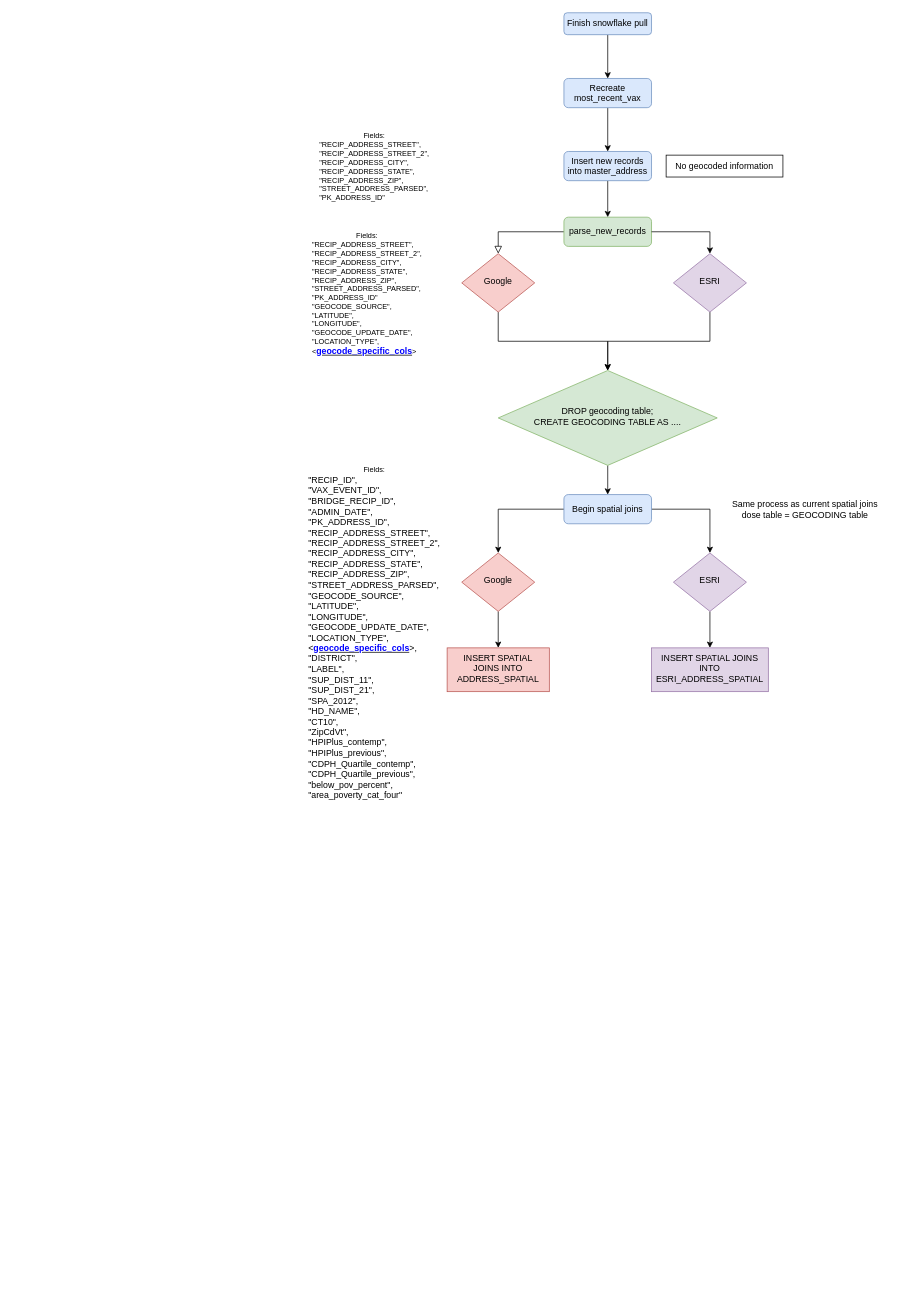
This is new_addy_diagram.drawio from Primordial-Haggis/LA_county_vax_etl_workflow, a draw.io file, before an edit. Source tidied: cells renumbered, new cells numbered last; positions are measured from the earlier drawing's top-left corner, leaving out a move shared by most shapes. Both pictures are drawn from the tidied source at 73%, with x=0, y=0 at pixel (301, 12).
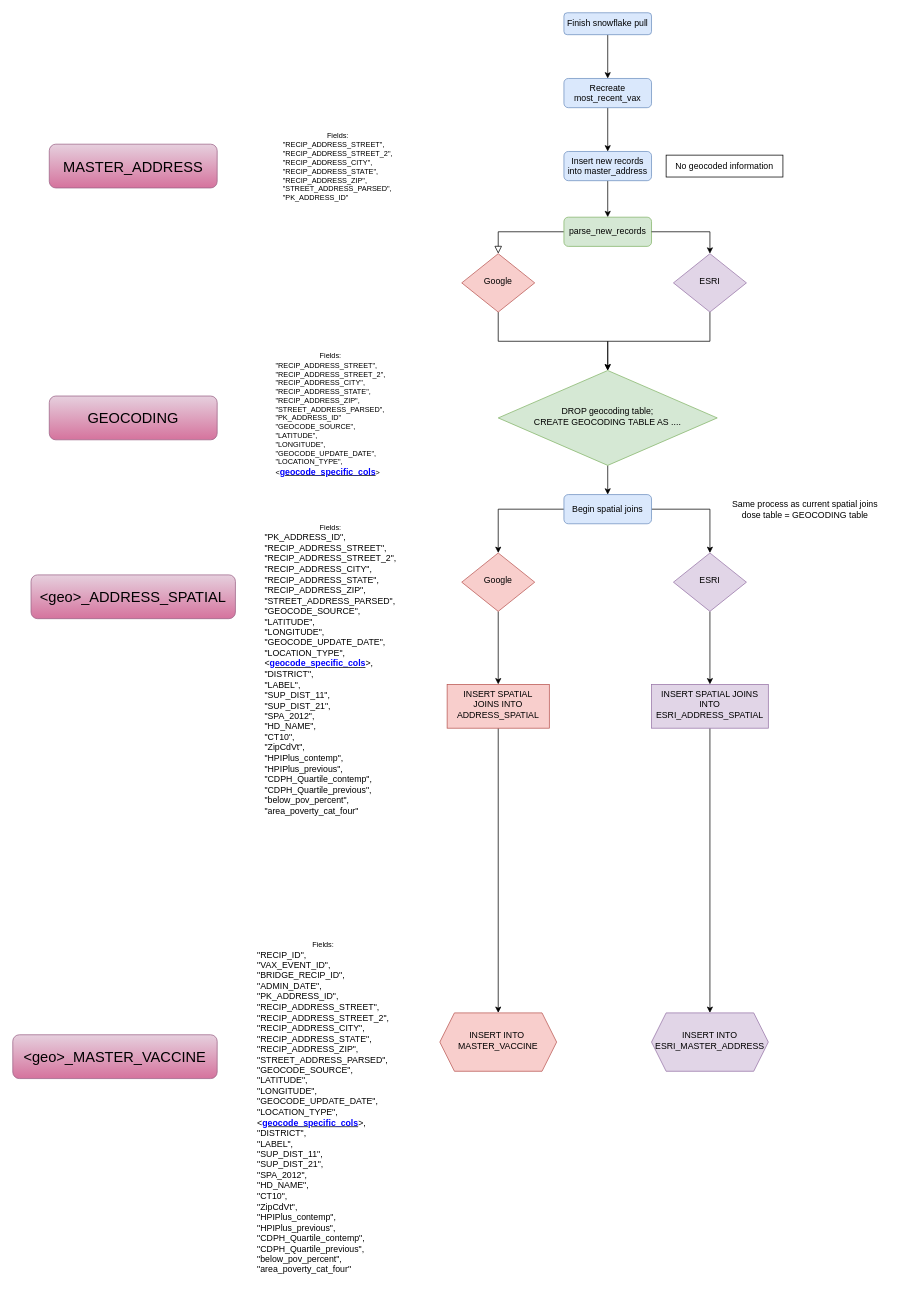
Above is the later version.

Diff of the diagram source:
```diff
@@
     <mxCell id="25" value="&lt;font style=&quot;font-size: 10px;&quot;&gt;Fields:&lt;br&gt;&lt;/font&gt;&lt;div style=&quot;text-align: left; font-size: 10px;&quot;&gt;&lt;font style=&quot;font-size: 10px;&quot;&gt;&quot;RECIP_ADDRESS_STREET&quot;,&lt;/font&gt;&lt;/div&gt;&lt;div style=&quot;text-align: left; font-size: 10px;&quot;&gt;&lt;font style=&quot;font-size: 10px;&quot;&gt;&quot;RECIP_ADDRESS_STREET_2&quot;,&lt;/font&gt;&lt;/div&gt;&lt;div style=&quot;text-align: left; font-size: 10px;&quot;&gt;&lt;font style=&quot;font-size: 10px;&quot;&gt;&quot;RECIP_ADDRESS_CITY&quot;,&lt;/font&gt;&lt;/div&gt;&lt;div style=&quot;text-align: left; font-size: 10px;&quot;&gt;&lt;font style=&quot;font-size: 10px;&quot;&gt;&quot;RECIP_ADDRESS_STATE&quot;,&lt;/font&gt;&lt;/div&gt;&lt;div style=&quot;text-align: left; font-size: 10px;&quot;&gt;&lt;font style=&quot;font-size: 10px;&quot;&gt;&quot;RECIP_ADDRESS_ZIP&quot;,&lt;/font&gt;&lt;/div&gt;&lt;div style=&quot;text-align: left; font-size: 10px;&quot;&gt;&lt;font style=&quot;font-size: 10px;&quot;&gt;&quot;STREET_ADDRESS_PARSED&quot;,&lt;/font&gt;&lt;/div&gt;&lt;div style=&quot;text-align: left; font-size: 10px;&quot;&gt;&lt;font style=&quot;font-size: 10px;&quot;&gt;&quot;PK_ADDRESS_ID&quot;&lt;/font&gt;&lt;/div&gt;" style="text;html=1;align=center;verticalAlign=middle;strokeColor=none;fillColor=none;" parent="1" vertex="1">
-      <mxGeometry x="10" y="155" width="180" height="110" as="geometry" />
+      <mxGeometry x="-40" y="155" width="180" height="110" as="geometry" />
     </mxCell>
     <mxCell id="26" value="&lt;font style=&quot;font-size: 10px;&quot;&gt;Fields:&lt;br&gt;&lt;/font&gt;&lt;div style=&quot;text-align: left; font-size: 10px;&quot;&gt;&lt;font style=&quot;font-size: 10px;&quot;&gt;&quot;RECIP_ADDRESS_STREET&quot;,&lt;/font&gt;&lt;/div&gt;&lt;div style=&quot;text-align: left; font-size: 10px;&quot;&gt;&lt;font style=&quot;font-size: 10px;&quot;&gt;&quot;RECIP_ADDRESS_STREET_2&quot;,&lt;/font&gt;&lt;/div&gt;&lt;div style=&quot;text-align: left; font-size: 10px;&quot;&gt;&lt;font style=&quot;font-size: 10px;&quot;&gt;&quot;RECIP_ADDRESS_CITY&quot;,&lt;/font&gt;&lt;/div&gt;&lt;div style=&quot;text-align: left; font-size: 10px;&quot;&gt;&lt;font style=&quot;font-size: 10px;&quot;&gt;&quot;RECIP_ADDRESS_STATE&quot;,&lt;/font&gt;&lt;/div&gt;&lt;div style=&quot;text-align: left; font-size: 10px;&quot;&gt;&lt;font style=&quot;font-size: 10px;&quot;&gt;&quot;RECIP_ADDRESS_ZIP&quot;,&lt;/font&gt;&lt;/div&gt;&lt;div style=&quot;text-align: left; font-size: 10px;&quot;&gt;&lt;font style=&quot;font-size: 10px;&quot;&gt;&quot;STREET_ADDRESS_PARSED&quot;,&lt;/font&gt;&lt;/div&gt;&lt;div style=&quot;text-align: left; font-size: 10px;&quot;&gt;&lt;font style=&quot;font-size: 10px;&quot;&gt;&quot;PK_ADDRESS_ID&quot;&lt;/font&gt;&lt;/div&gt;&lt;div style=&quot;text-align: left;&quot;&gt;&lt;font style=&quot;&quot;&gt;&lt;div style=&quot;font-size: 10px;&quot;&gt;&quot;GEOCODE_SOURCE&quot;,&lt;/div&gt;&lt;div style=&quot;font-size: 10px;&quot;&gt;&quot;LATITUDE&quot;,&lt;/div&gt;&lt;div style=&quot;font-size: 10px;&quot;&gt;&quot;LONGITUDE&quot;,&lt;/div&gt;&lt;div style=&quot;font-size: 10px;&quot;&gt;&quot;GEOCODE_UPDATE_DATE&quot;,&lt;/div&gt;&lt;div style=&quot;font-size: 10px;&quot;&gt;&quot;LOCATION_TYPE&quot;,&lt;/div&gt;&lt;div style=&quot;&quot;&gt;&lt;span style=&quot;font-size: 10px;&quot;&gt;&amp;lt;&lt;/span&gt;&lt;b style=&quot;&quot;&gt;&lt;u style=&quot;&quot;&gt;&lt;font color=&quot;#0000ff&quot; style=&quot;font-size: 12px;&quot;&gt;geocode_specific_cols&lt;/font&gt;&lt;/u&gt;&lt;/b&gt;&lt;span style=&quot;font-size: 10px;&quot;&gt;&amp;gt;&lt;/span&gt;&lt;/div&gt;&lt;div style=&quot;font-size: 10px;&quot;&gt;&lt;br&gt;&lt;/div&gt;&lt;/font&gt;&lt;/div&gt;" style="text;html=1;align=center;verticalAlign=middle;strokeColor=none;fillColor=none;" parent="1" vertex="1">
-      <mxGeometry y="290" width="180" height="200" as="geometry" />
+      <mxGeometry x="-50" y="455" width="180" height="200" as="geometry" />
     </mxCell>
@@
+    <mxCell id="31" style="edgeStyle=orthogonalEdgeStyle;rounded=0;jettySize=auto;html=1;fontSize=12;fontColor=#0000FF;" parent="1" edge="1" source="28" target="33">
+      <mxGeometry relative="1" as="geometry" />
+    </mxCell>
     <mxCell id="28" value="INSERT SPATIAL JOINS INTO ADDRESS_SPATIAL" style="whiteSpace=wrap;html=1;fillColor=#f8cecc;strokeColor=#b85450;shadow=0;strokeWidth=1;spacing=6;spacingTop=-4;" parent="1" vertex="1">
-      <mxGeometry x="200" y="870" width="140" height="60" as="geometry" />
+      <mxGeometry x="200" y="920" width="140" height="60" as="geometry" />
     </mxCell>
+    <mxCell id="32" style="edgeStyle=orthogonalEdgeStyle;rounded=0;jettySize=auto;html=1;fontSize=12;fontColor=#0000FF;" parent="1" edge="1" source="29" target="34">
+      <mxGeometry relative="1" as="geometry" />
+    </mxCell>
     <mxCell id="29" value="INSERT SPATIAL JOINS INTO ESRI_ADDRESS_SPATIAL" style="whiteSpace=wrap;html=1;fillColor=#e1d5e7;strokeColor=#9673a6;shadow=0;strokeWidth=1;spacing=6;spacingTop=-4;" parent="1" vertex="1">
-      <mxGeometry x="480" y="870" width="160" height="60" as="geometry" />
+      <mxGeometry x="480" y="920" width="160" height="60" as="geometry" />
     </mxCell>
     <mxCell id="30" value="&lt;font style=&quot;font-size: 10px;&quot;&gt;Fields:&lt;br&gt;&lt;/font&gt;&lt;div style=&quot;text-align: left;&quot;&gt;&lt;div&gt;&quot;RECIP_ID&quot;,&lt;/div&gt;&lt;div&gt;&quot;VAX_EVENT_ID&quot;,&lt;/div&gt;&lt;div&gt;&quot;BRIDGE_RECIP_ID&quot;,&lt;/div&gt;&lt;div&gt;&quot;ADMIN_DATE&quot;,&lt;/div&gt;&lt;div&gt;&quot;PK_ADDRESS_ID&quot;,&lt;/div&gt;&lt;div&gt;&quot;RECIP_ADDRESS_STREET&quot;,&lt;/div&gt;&lt;div&gt;&quot;RECIP_ADDRESS_STREET_2&quot;,&lt;/div&gt;&lt;div&gt;&quot;RECIP_ADDRESS_CITY&quot;,&lt;/div&gt;&lt;div&gt;&quot;RECIP_ADDRESS_STATE&quot;,&lt;/div&gt;&lt;div&gt;&quot;RECIP_ADDRESS_ZIP&quot;,&lt;/div&gt;&lt;div&gt;&quot;STREET_ADDRESS_PARSED&quot;,&lt;/div&gt;&lt;div&gt;&quot;GEOCODE_SOURCE&quot;,&lt;/div&gt;&lt;div&gt;&quot;LATITUDE&quot;,&lt;/div&gt;&lt;div&gt;&quot;LONGITUDE&quot;,&lt;/div&gt;&lt;div&gt;&quot;GEOCODE_UPDATE_DATE&quot;,&lt;/div&gt;&lt;div&gt;&quot;LOCATION_TYPE&quot;,&lt;/div&gt;&lt;div&gt;&lt;span style=&quot;background-color: initial;&quot;&gt;&amp;lt;&lt;b&gt;&lt;u style=&quot;&quot;&gt;&lt;font style=&quot;font-size: 12px;&quot; color=&quot;#0000ff&quot;&gt;geocode_specific_cols&lt;/font&gt;&lt;/u&gt;&lt;/b&gt;&amp;gt;&lt;/span&gt;,&lt;/div&gt;&lt;div&gt;&quot;DISTRICT&quot;,&lt;/div&gt;&lt;div&gt;&quot;LABEL&quot;,&lt;/div&gt;&lt;div&gt;&quot;SUP_DIST_11&quot;,&lt;/div&gt;&lt;div&gt;&quot;SUP_DIST_21&quot;,&lt;/div&gt;&lt;div&gt;&quot;SPA_2012&quot;,&lt;/div&gt;&lt;div&gt;&quot;HD_NAME&quot;,&lt;/div&gt;&lt;div&gt;&quot;CT10&quot;,&lt;/div&gt;&lt;div&gt;&quot;ZipCdVt&quot;,&lt;/div&gt;&lt;div&gt;&quot;HPIPlus_contemp&quot;,&lt;/div&gt;&lt;div&gt;&quot;HPIPlus_previous&quot;,&lt;/div&gt;&lt;div&gt;&quot;CDPH_Quartile_contemp&quot;,&lt;/div&gt;&lt;div&gt;&quot;CDPH_Quartile_previous&quot;,&lt;/div&gt;&lt;div&gt;&quot;below_pov_percent&quot;,&lt;/div&gt;&lt;div&gt;&quot;area_poverty_cat_four&quot;&lt;/div&gt;&lt;/div&gt;&lt;div style=&quot;text-align: left; font-size: 10px;&quot;&gt;&lt;font style=&quot;font-size: 10px;&quot;&gt;&lt;div&gt;&lt;br&gt;&lt;/div&gt;&lt;/font&gt;&lt;/div&gt;" style="text;html=1;align=center;verticalAlign=middle;strokeColor=none;fillColor=none;" parent="1" vertex="1">
-      <mxGeometry y="610" width="200" height="490" as="geometry" />
+      <mxGeometry x="-70" y="1260" width="200" height="490" as="geometry" />
     </mxCell>
+    <mxCell id="33" value="INSERT INTO&amp;nbsp;&lt;br&gt;MASTER_VACCINE" style="shape=hexagon;perimeter=hexagonPerimeter2;whiteSpace=wrap;html=1;fixedSize=1;fillColor=#f8cecc;strokeColor=#b85450;shadow=0;strokeWidth=1;spacing=6;spacingTop=-4;" parent="1" vertex="1">
+      <mxGeometry x="190" y="1370" width="160" height="80" as="geometry" />
+    </mxCell>
+    <mxCell id="34" value="INSERT INTO ESRI_MASTER_ADDRESS" style="shape=hexagon;perimeter=hexagonPerimeter2;whiteSpace=wrap;html=1;fixedSize=1;fillColor=#e1d5e7;strokeColor=#9673a6;shadow=0;strokeWidth=1;spacing=6;spacingTop=-4;" parent="1" vertex="1">
+      <mxGeometry x="480" y="1370" width="160" height="80" as="geometry" />
+    </mxCell>
+    <mxCell id="35" value="&lt;font color=&quot;#000000&quot;&gt;MASTER_ADDRESS&lt;/font&gt;" style="rounded=1;whiteSpace=wrap;html=1;fontSize=20;fillColor=#e6d0de;gradientColor=#d5739d;strokeColor=#996185;" parent="1" vertex="1">
+      <mxGeometry x="-345" y="180" width="230" height="60" as="geometry" />
+    </mxCell>
+    <mxCell id="36" value="&lt;font color=&quot;#000000&quot;&gt;GEOCODING&lt;/font&gt;" style="rounded=1;whiteSpace=wrap;html=1;fontSize=20;fillColor=#e6d0de;gradientColor=#d5739d;strokeColor=#996185;" parent="1" vertex="1">
+      <mxGeometry x="-345" y="525" width="230" height="60" as="geometry" />
+    </mxCell>
+    <mxCell id="37" value="&lt;font style=&quot;font-size: 10px;&quot;&gt;Fields:&lt;br&gt;&lt;/font&gt;&lt;div style=&quot;text-align: left;&quot;&gt;&lt;div&gt;&lt;span style=&quot;background-color: initial;&quot;&gt;&quot;PK_ADDRESS_ID&quot;,&lt;/span&gt;&lt;br&gt;&lt;/div&gt;&lt;div&gt;&quot;RECIP_ADDRESS_STREET&quot;,&lt;/div&gt;&lt;div&gt;&quot;RECIP_ADDRESS_STREET_2&quot;,&lt;/div&gt;&lt;div&gt;&quot;RECIP_ADDRESS_CITY&quot;,&lt;/div&gt;&lt;div&gt;&quot;RECIP_ADDRESS_STATE&quot;,&lt;/div&gt;&lt;div&gt;&quot;RECIP_ADDRESS_ZIP&quot;,&lt;/div&gt;&lt;div&gt;&quot;STREET_ADDRESS_PARSED&quot;,&lt;/div&gt;&lt;div&gt;&quot;GEOCODE_SOURCE&quot;,&lt;/div&gt;&lt;div&gt;&quot;LATITUDE&quot;,&lt;/div&gt;&lt;div&gt;&quot;LONGITUDE&quot;,&lt;/div&gt;&lt;div&gt;&quot;GEOCODE_UPDATE_DATE&quot;,&lt;/div&gt;&lt;div&gt;&quot;LOCATION_TYPE&quot;,&lt;/div&gt;&lt;div&gt;&lt;span style=&quot;background-color: initial;&quot;&gt;&amp;lt;&lt;b&gt;&lt;u style=&quot;&quot;&gt;&lt;font style=&quot;font-size: 12px;&quot; color=&quot;#0000ff&quot;&gt;geocode_specific_cols&lt;/font&gt;&lt;/u&gt;&lt;/b&gt;&amp;gt;&lt;/span&gt;,&lt;/div&gt;&lt;div&gt;&quot;DISTRICT&quot;,&lt;/div&gt;&lt;div&gt;&quot;LABEL&quot;,&lt;/div&gt;&lt;div&gt;&quot;SUP_DIST_11&quot;,&lt;/div&gt;&lt;div&gt;&quot;SUP_DIST_21&quot;,&lt;/div&gt;&lt;div&gt;&quot;SPA_2012&quot;,&lt;/div&gt;&lt;div&gt;&quot;HD_NAME&quot;,&lt;/div&gt;&lt;div&gt;&quot;CT10&quot;,&lt;/div&gt;&lt;div&gt;&quot;ZipCdVt&quot;,&lt;/div&gt;&lt;div&gt;&quot;HPIPlus_contemp&quot;,&lt;/div&gt;&lt;div&gt;&quot;HPIPlus_previous&quot;,&lt;/div&gt;&lt;div&gt;&quot;CDPH_Quartile_contemp&quot;,&lt;/div&gt;&lt;div&gt;&quot;CDPH_Quartile_previous&quot;,&lt;/div&gt;&lt;div&gt;&quot;below_pov_percent&quot;,&lt;/div&gt;&lt;div&gt;&quot;area_poverty_cat_four&quot;&lt;/div&gt;&lt;/div&gt;&lt;div style=&quot;text-align: left; font-size: 10px;&quot;&gt;&lt;font style=&quot;font-size: 10px;&quot;&gt;&lt;div&gt;&lt;br&gt;&lt;/div&gt;&lt;/font&gt;&lt;/div&gt;" style="text;html=1;align=center;verticalAlign=middle;strokeColor=none;fillColor=none;" parent="1" vertex="1">
+      <mxGeometry x="-60" y="690" width="200" height="430" as="geometry" />
+    </mxCell>
+    <mxCell id="38" value="&lt;font color=&quot;#000000&quot;&gt;&amp;lt;geo&amp;gt;_ADDRESS_SPATIAL&lt;/font&gt;" style="rounded=1;whiteSpace=wrap;html=1;fontSize=20;fillColor=#e6d0de;gradientColor=#d5739d;strokeColor=#996185;" parent="1" vertex="1">
+      <mxGeometry x="-370" y="770" width="280" height="60" as="geometry" />
+    </mxCell>
+    <mxCell id="39" value="&lt;font color=&quot;#000000&quot;&gt;&amp;lt;geo&amp;gt;_MASTER_VACCINE&lt;/font&gt;" style="rounded=1;whiteSpace=wrap;html=1;fontSize=20;fillColor=#e6d0de;gradientColor=#d5739d;strokeColor=#996185;" parent="1" vertex="1">
+      <mxGeometry x="-395" y="1400" width="280" height="60" as="geometry" />
+    </mxCell>
```
